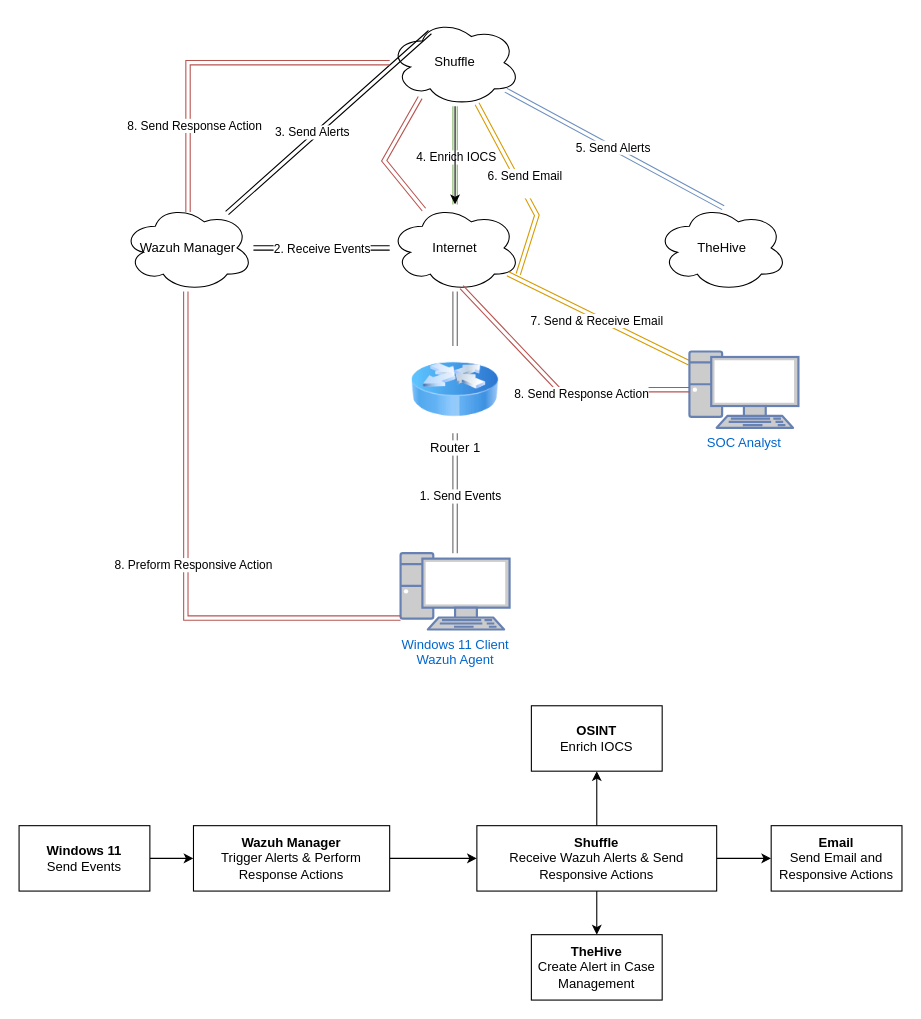
The draw.io diagram SOC Automation Project.drawio in danieljlepiscopo/SOC-Automation-Project, before the edit. Source tidied: cells renumbered, new cells numbered last; positions are measured from the earlier drawing's top-left corner, leaving out a move shared by most shapes. Both pictures are drawn from the tidied source at 109%, with x=0, y=0 at pixel (19, 19).
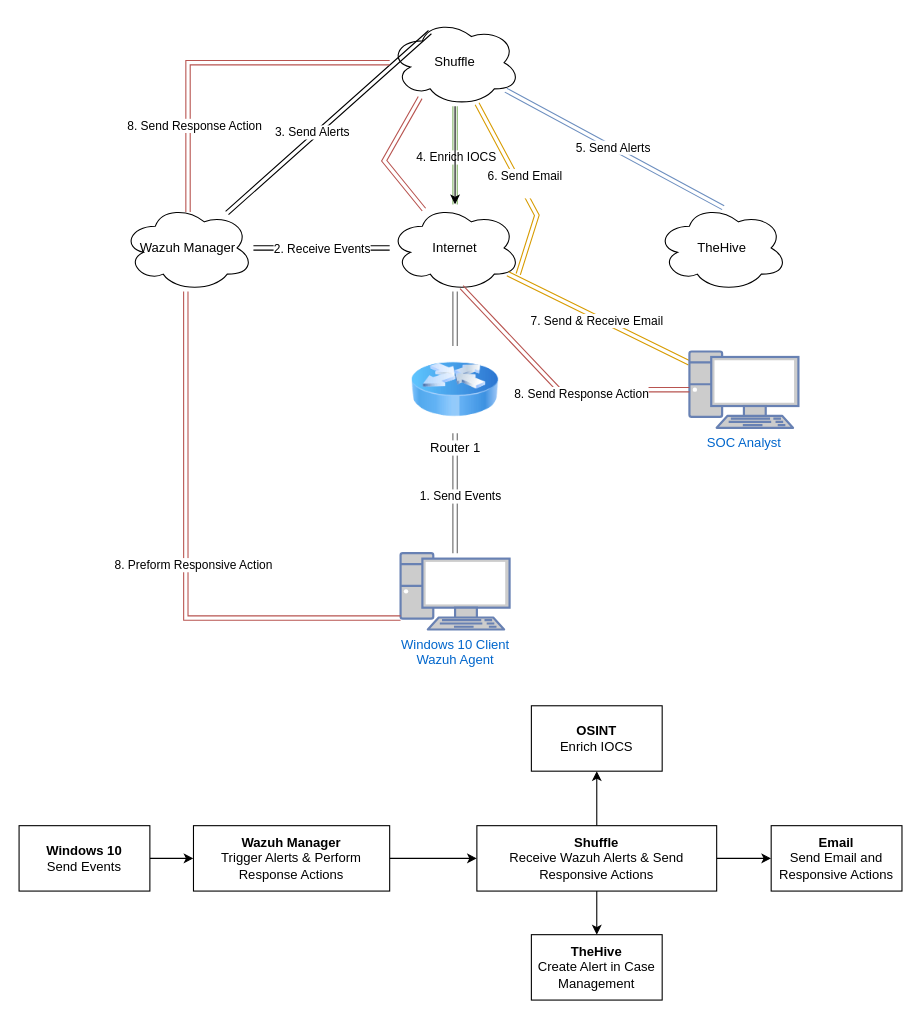
The same diagram, later.

Commit message:
Changing windows11 to 10 - SOC Automation Project.drawio

The edit, as a diff of the source:
```diff
@@
-    <mxCell id="4" value="Windows 11 Client&lt;br&gt;Wazuh Agent" style="fontColor=#0066CC;verticalAlign=top;verticalLabelPosition=bottom;labelPosition=center;align=center;html=1;outlineConnect=0;fillColor=#CCCCCC;strokeColor=#6881B3;gradientColor=none;gradientDirection=north;strokeWidth=2;shape=mxgraph.networks.pc;" parent="1" vertex="1">
+    <mxCell id="4" value="Windows 10 Client&lt;br&gt;Wazuh Agent" style="fontColor=#0066CC;verticalAlign=top;verticalLabelPosition=bottom;labelPosition=center;align=center;html=1;outlineConnect=0;fillColor=#CCCCCC;strokeColor=#6881B3;gradientColor=none;gradientDirection=north;strokeWidth=2;shape=mxgraph.networks.pc;" parent="1" vertex="1">
       <mxGeometry x="350" y="490" width="100" height="70" as="geometry" />
     </mxCell>
@@
-    <mxCell id="34" value="&lt;b&gt;Windows 11&lt;/b&gt;&lt;br&gt;Send Events" style="rounded=0;whiteSpace=wrap;html=1;" parent="1" vertex="1">
+    <mxCell id="34" value="&lt;b&gt;Windows 10&lt;/b&gt;&lt;br&gt;Send Events" style="rounded=0;whiteSpace=wrap;html=1;" parent="1" vertex="1">
       <mxGeometry y="740" width="120" height="60" as="geometry" />
     </mxCell>
```
